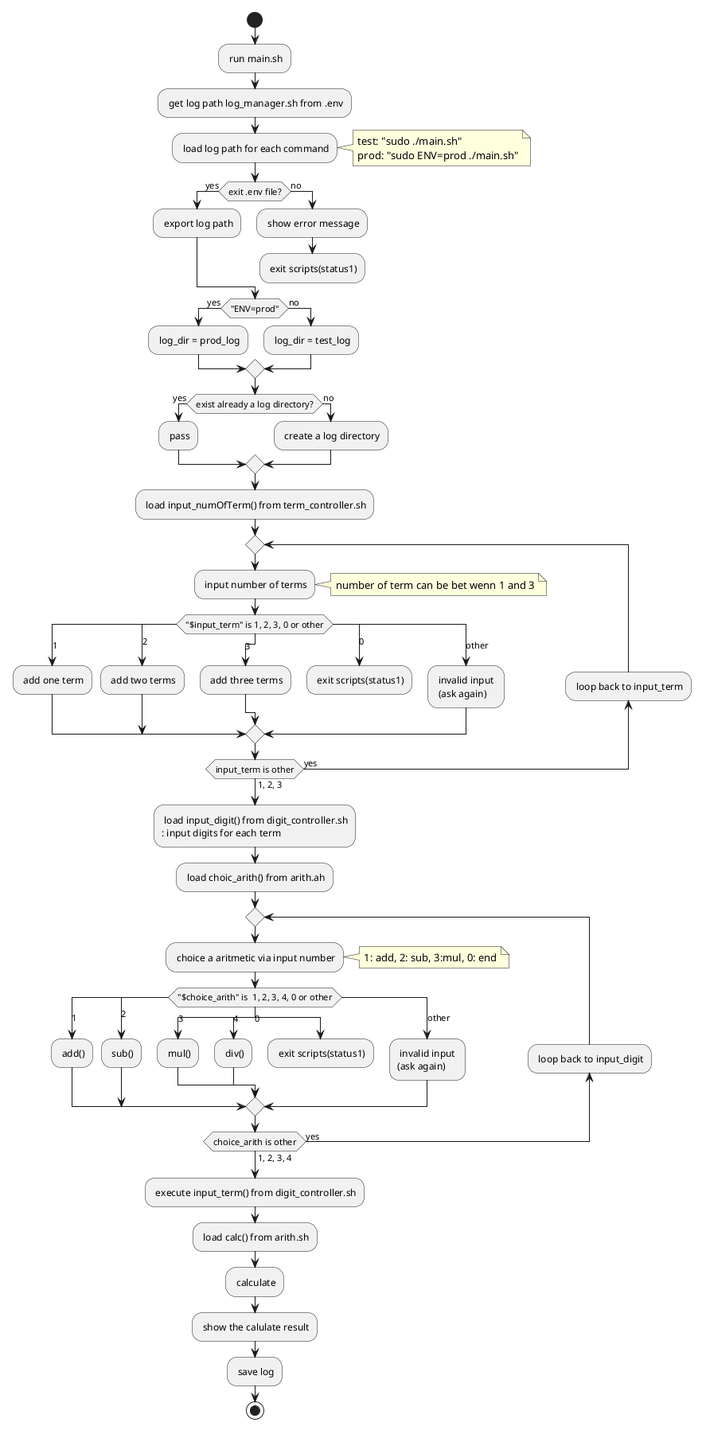
This is docs/main-script-flow_activity.png from Jumacde/shellscript_basiccalc_whileloop, a PlantUML export, as it was before one commit.
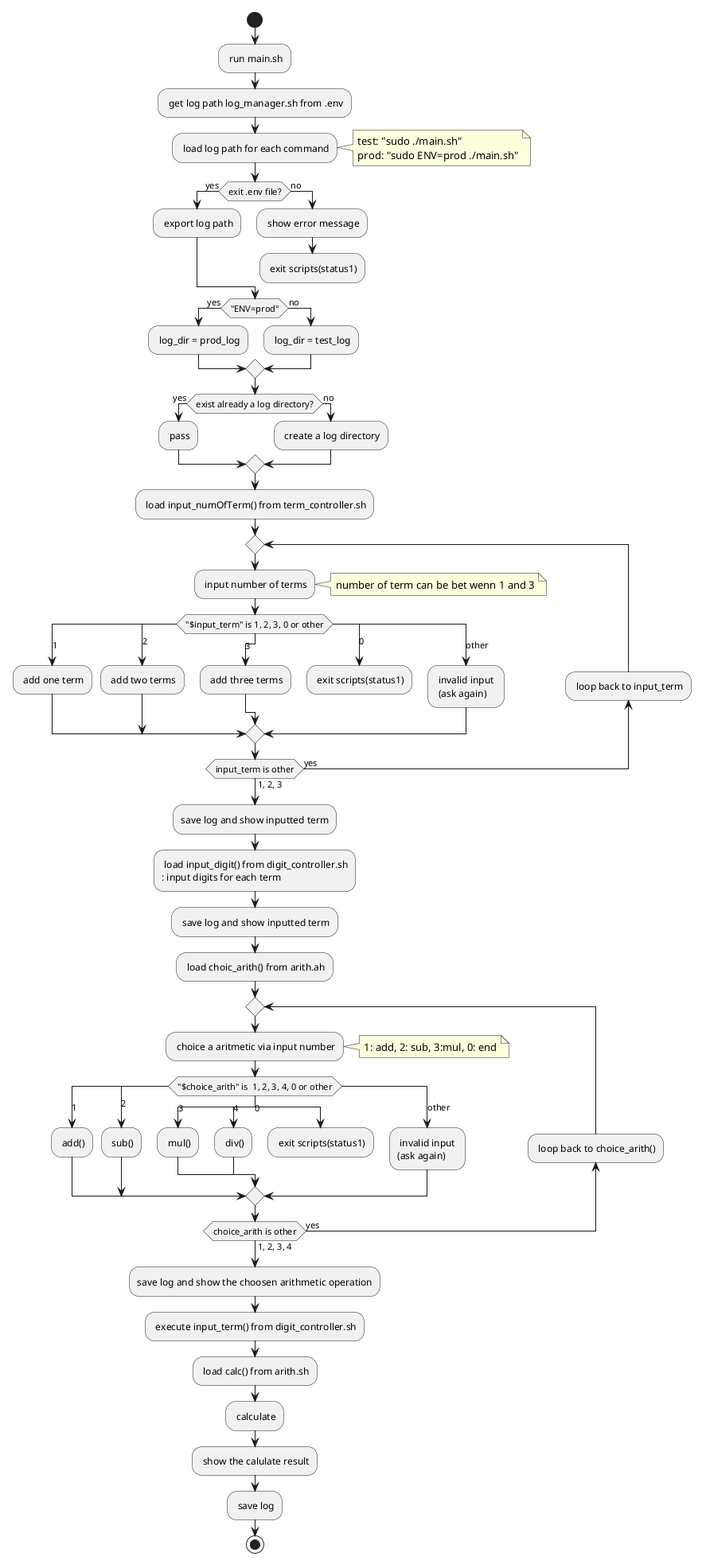
Above is the later version.

Change to the diagram source:
```diff
@@ -51,9 +51,12 @@
 endswitch
 backward: loop back to input_term;
 repeat while(input_term is other) is (yes) not (1, 2, 3);
+:save log and show inputted term;
+
 
 : load input_digit() from digit_controller.sh
 : input digits for each term;
+: save log and show inputted term;
 
 : load choic_arith() from arith.ah;
 repeat
@@ -77,8 +80,9 @@
 case (other)
 	: invalid input \n(ask again);
 endswitch
-backward: loop back to input_digit;
+backward: loop back to choice_arith();
 repeat while(choice_arith is other) is (yes) not (1, 2, 3, 4);
+:save log and show the choosen arithmetic operation;
 
 : execute input_term() from digit_controller.sh;
 : load calc() from arith.sh;
```
